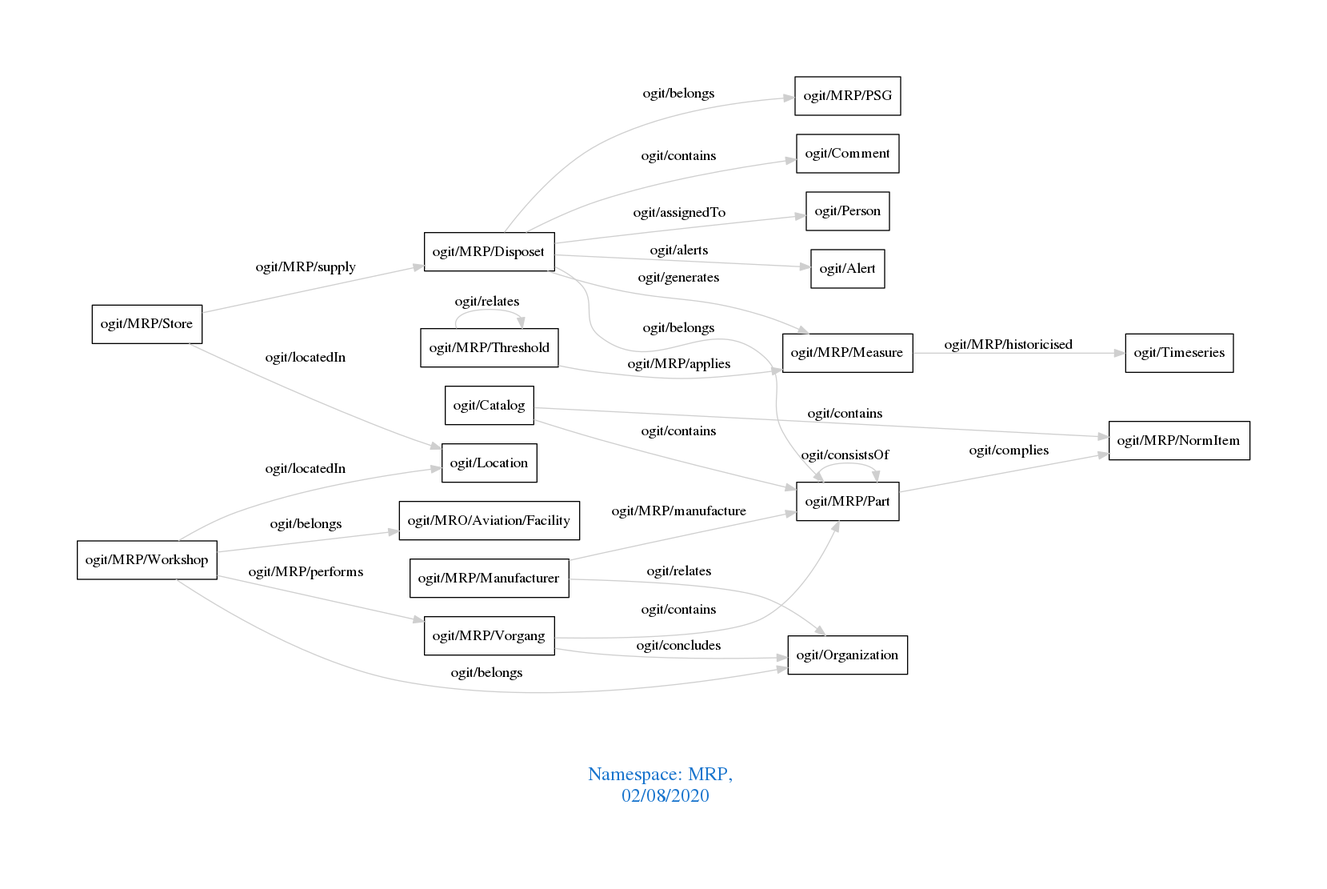
Before: downloads/MRP.png, a diagram exported from Graphviz (arago/OGIT). Its source is kept beside it as downloads/MRP.dot.
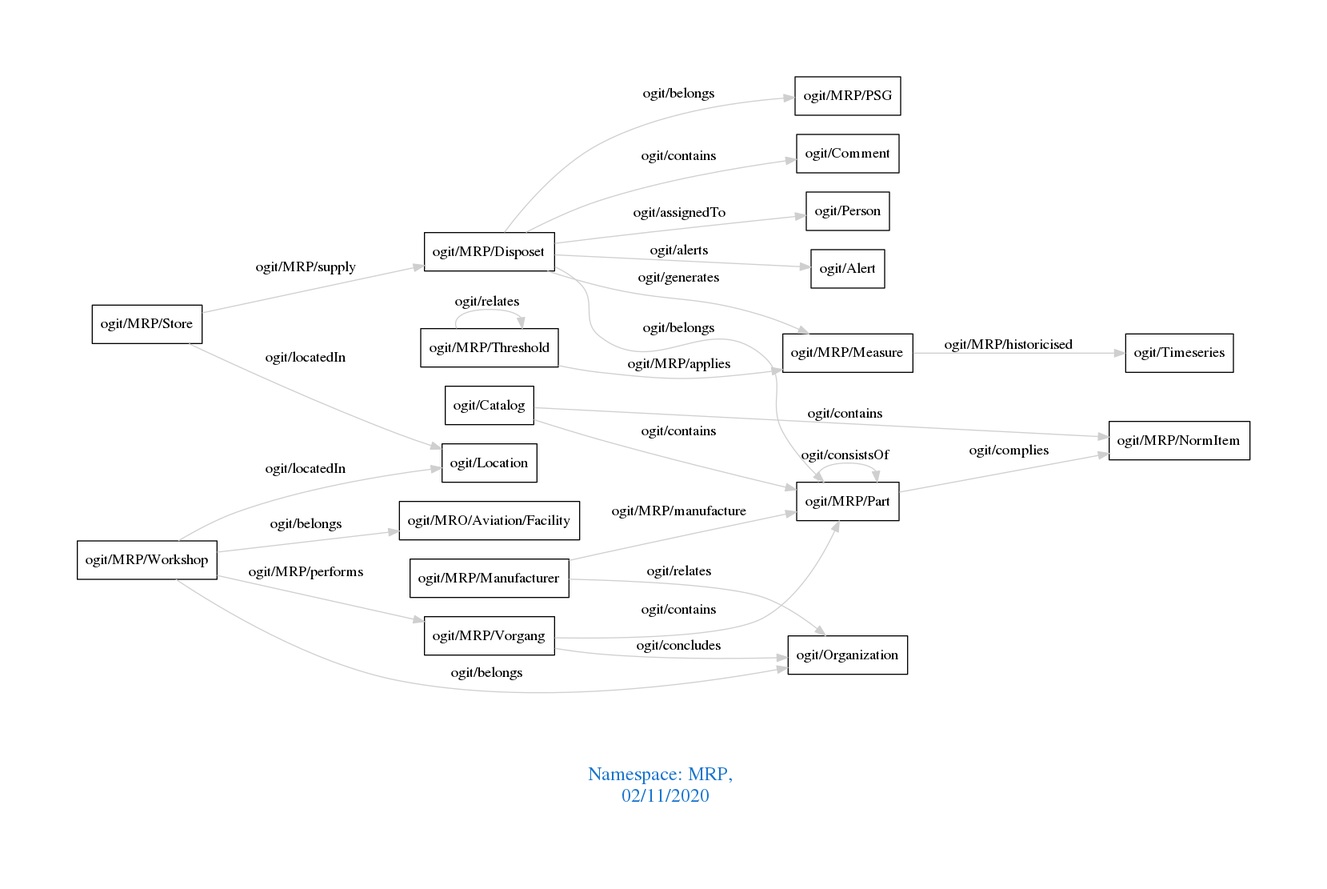
The same diagram one commit later.

What changed in the source:
```diff
@@ -1,7 +1,7 @@
 digraph OGIT_ontology {
  graph [ rankdir= LR,pad=1
 fontsize = 18,
-fontcolor= dodgerblue3,label = "\n\n\nNamespace: MRP, \n 02/08/2020"];
+fontcolor= dodgerblue3,label = "\n\n\nNamespace: MRP, \n 02/11/2020"];
 node[shape=polygon];
 edge [  color="gray81"];
 
```
